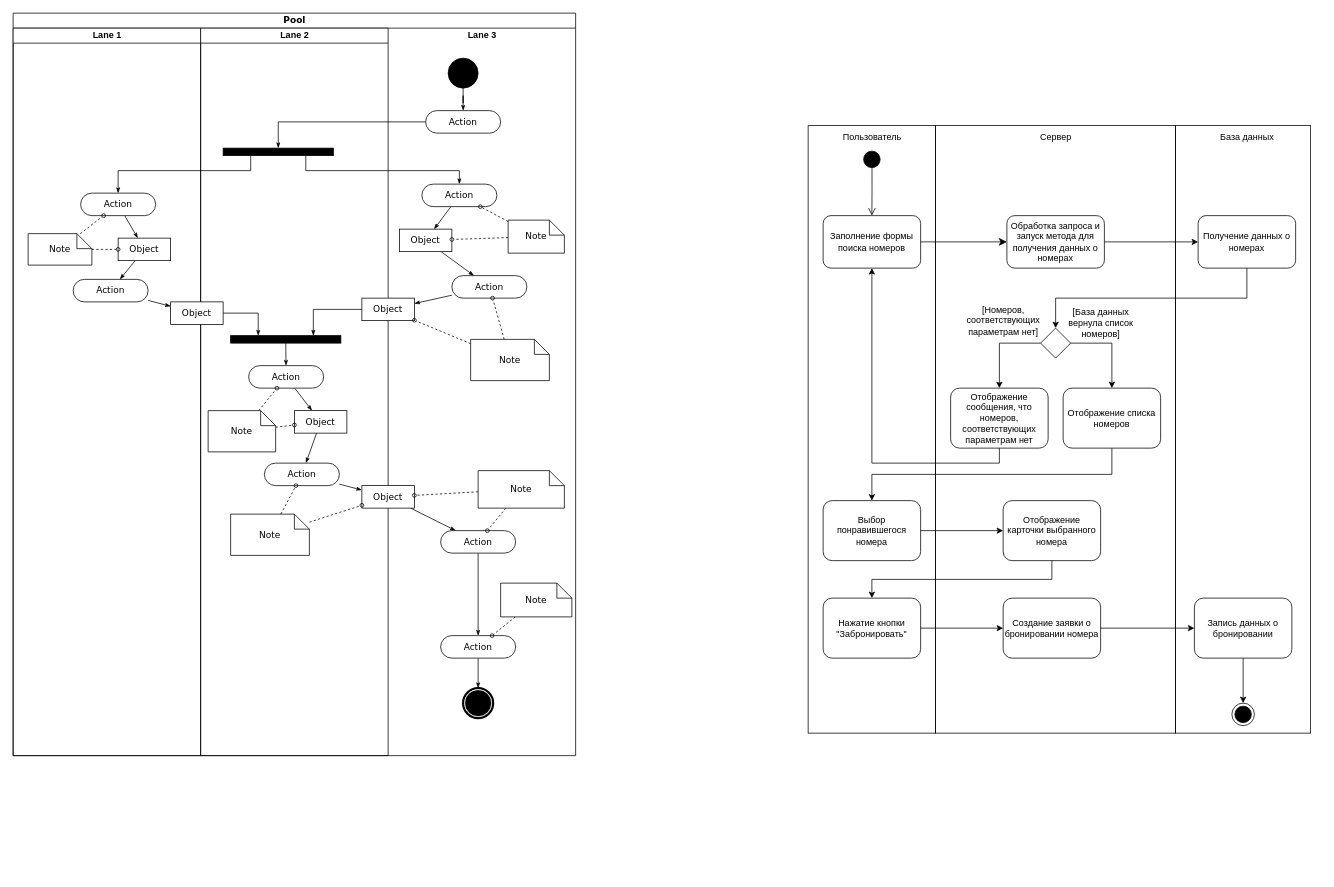
The draw.io diagram 3rd year/CourseWork/Диаграмма_деятельности.drawio in flown09/susu, before the edit. Source tidied: cells renumbered, new cells numbered last; positions are measured from the earlier drawing's top-left corner, leaving out a move shared by most shapes. Both pictures are drawn from the tidied source at 75%, with x=0, y=0 at pixel (13, 13).
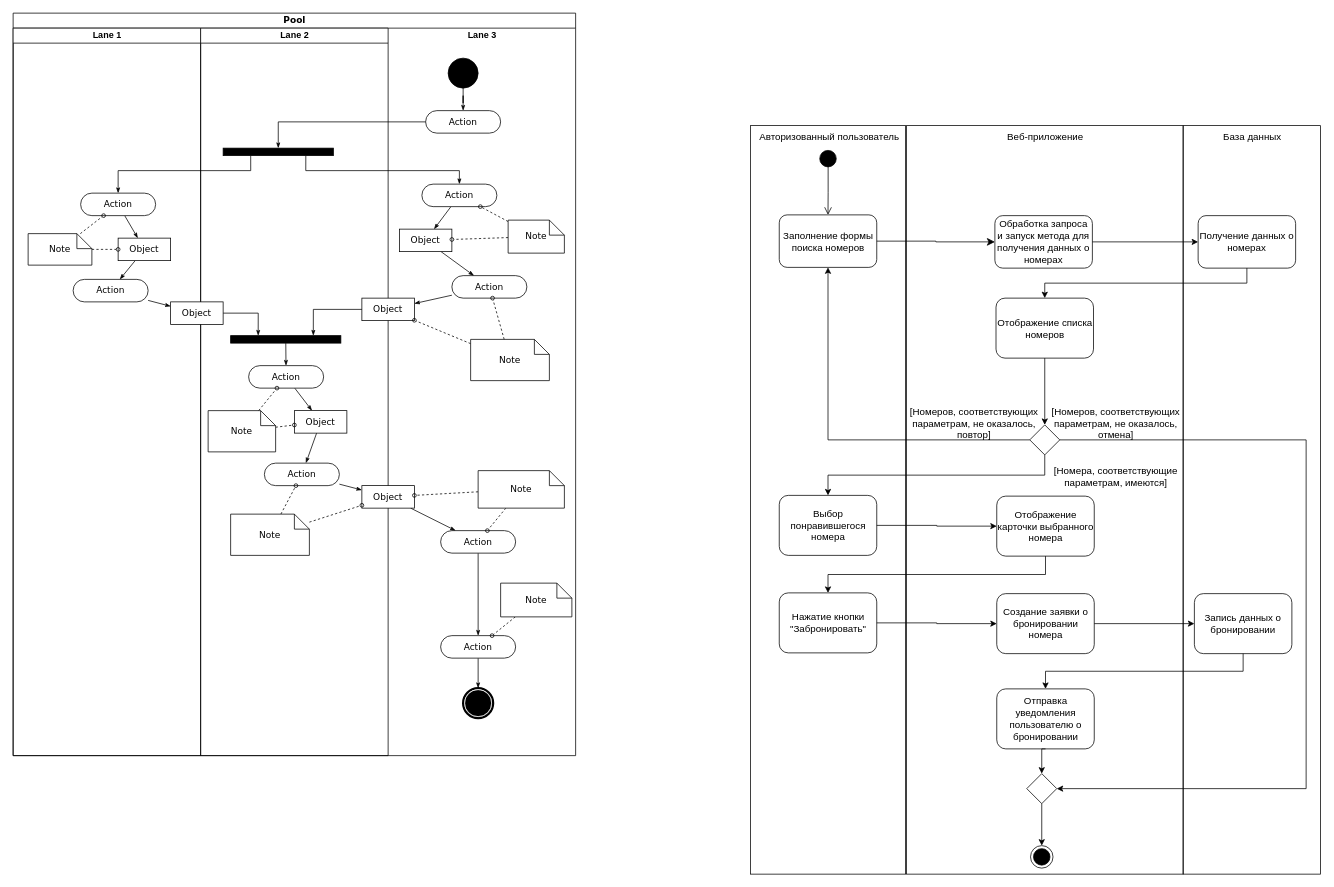
Above is the later version.

The edit, as a diff of the source:
```diff
@@
+    <mxCell id="4" style="rounded=0;whiteSpace=wrap;html=1;fillColor=none;" parent="1" vertex="1">
+      <mxGeometry x="1191" y="150" width="369" height="998" as="geometry" />
+    </mxCell>
     <mxCell id="2" style="rounded=0;whiteSpace=wrap;html=1;fillColor=none;" parent="1" vertex="1">
-      <mxGeometry x="1550" y="150" width="180" height="810" as="geometry" />
+      <mxGeometry x="1560" y="150" width="183" height="998" as="geometry" />
     </mxCell>
     <mxCell id="3" style="rounded=0;whiteSpace=wrap;html=1;fillColor=none;" parent="1" vertex="1">
-      <mxGeometry x="1060" y="150" width="170" height="810" as="geometry" />
+      <mxGeometry x="983" y="150" width="207" height="998" as="geometry" />
     </mxCell>
-    <mxCell id="4" style="rounded=0;whiteSpace=wrap;html=1;fillColor=none;" parent="1" vertex="1">
-      <mxGeometry x="1230" y="150" width="320" height="810" as="geometry" />
-    </mxCell>
@@
-    <mxCell id="68" value="Заполнение формы поиска номеров" style="rounded=1;whiteSpace=wrap;html=1;fillColor=none;" parent="1" vertex="1">
-      <mxGeometry x="1080" y="270" width="130" height="70" as="geometry" />
+    <mxCell id="68" value="Заполнение формы поиска номеров" style="rounded=1;whiteSpace=wrap;html=1;fillColor=none;fontSize=13;" parent="1" vertex="1">
+      <mxGeometry x="1021.5" y="269" width="130" height="70" as="geometry" />
     </mxCell>
@@
-    <mxCell id="70" value="Обработка запроса и запуск метода для получения данных о номерах" style="rounded=1;whiteSpace=wrap;html=1;fillColor=none;" parent="1" vertex="1">
-      <mxGeometry x="1325" y="270" width="130" height="70" as="geometry" />
+    <mxCell id="70" value="Обработка запроса и запуск метода для получения данных о номерах" style="rounded=1;whiteSpace=wrap;html=1;fillColor=none;fontSize=13;" parent="1" vertex="1">
+      <mxGeometry x="1309" y="270" width="130" height="70" as="geometry" />
     </mxCell>
-    <mxCell id="71" value="Пользователь" style="text;html=1;align=center;verticalAlign=middle;strokeColor=none;fillColor=none;" parent="1" vertex="1">
-      <mxGeometry x="1095" y="150" width="100" height="30" as="geometry" />
+    <mxCell id="71" value="Авторизованный пользователь" style="text;html=1;align=center;verticalAlign=middle;strokeColor=none;fillColor=none;fontSize=13;" parent="1" vertex="1">
+      <mxGeometry x="985" y="151" width="205" height="28" as="geometry" />
     </mxCell>
-    <mxCell id="72" value="Сервер" style="text;html=1;align=center;verticalAlign=middle;strokeColor=none;fillColor=none;" parent="1" vertex="1">
-      <mxGeometry x="1355" y="150" width="70" height="30" as="geometry" />
+    <mxCell id="72" value="Веб-приложение" style="text;html=1;align=center;verticalAlign=middle;strokeColor=none;fillColor=none;fontSize=13;" parent="1" vertex="1">
+      <mxGeometry x="1316.5" y="151" width="119" height="28" as="geometry" />
     </mxCell>
-    <mxCell id="73" style="edgeStyle=orthogonalEdgeStyle;rounded=0;jettySize=auto;html=1;exitX=0;exitY=0.5;exitDx=0;exitDy=0;entryX=0.5;entryY=0;entryDx=0;entryDy=0;" parent="1" edge="1" source="75" target="83">
-      <mxGeometry relative="1" as="geometry" />
-    </mxCell>
-    <mxCell id="74" style="edgeStyle=orthogonalEdgeStyle;rounded=0;jettySize=auto;html=1;exitX=1;exitY=0.5;exitDx=0;exitDy=0;entryX=0.5;entryY=0;entryDx=0;entryDy=0;" parent="1" edge="1" source="75" target="81">
-      <mxGeometry relative="1" as="geometry" />
-    </mxCell>
-    <mxCell id="75" style="rhombus;whiteSpace=wrap;html=1;fillColor=none;" parent="1" vertex="1">
-      <mxGeometry x="1370" y="420" width="40" height="40" as="geometry" />
-    </mxCell>
-    <mxCell id="76" value="[Номеров,&lt;div&gt;соответствующих&lt;/div&gt;&lt;div&gt;параметрам нет]&lt;/div&gt;" style="text;html=1;align=center;verticalAlign=middle;strokeColor=none;fillColor=none;" parent="1" vertex="1">
-      <mxGeometry x="1260" y="380" width="120" height="60" as="geometry" />
-    </mxCell>
-    <mxCell id="77" value="База данных" style="text;html=1;align=center;verticalAlign=middle;strokeColor=none;fillColor=none;" parent="1" vertex="1">
-      <mxGeometry x="1600" y="150" width="90" height="30" as="geometry" />
+    <mxCell id="77" value="База данных" style="text;html=1;align=center;verticalAlign=middle;strokeColor=none;fillColor=none;fontSize=13;" parent="1" vertex="1">
+      <mxGeometry x="1604.5" y="151" width="95" height="28" as="geometry" />
     </mxCell>
-    <mxCell id="78" style="edgeStyle=orthogonalEdgeStyle;rounded=0;jettySize=auto;html=1;exitX=0.5;exitY=1;exitDx=0;exitDy=0;entryX=0.5;entryY=0;entryDx=0;entryDy=0;" parent="1" edge="1" source="79" target="75">
-      <mxGeometry relative="1" as="geometry" />
-    </mxCell>
+    <mxCell id="98" style="edgeStyle=orthogonalEdgeStyle;rounded=0;jettySize=auto;html=1;exitX=0.5;exitY=1;exitDx=0;exitDy=0;entryX=0.5;entryY=0;entryDx=0;entryDy=0;" parent="1" edge="1" source="79" target="83">
+      <mxGeometry relative="1" as="geometry" />
+    </mxCell>
-    <mxCell id="79" value="Получение данных о номерах" style="rounded=1;whiteSpace=wrap;html=1;fillColor=none;" parent="1" vertex="1">
+    <mxCell id="79" value="Получение данных о номерах" style="rounded=1;whiteSpace=wrap;html=1;fillColor=none;fontSize=13;" parent="1" vertex="1">
       <mxGeometry x="1580" y="270" width="130" height="70" as="geometry" />
     </mxCell>
-    <mxCell id="80" style="edgeStyle=orthogonalEdgeStyle;rounded=0;jettySize=auto;html=1;exitX=0.5;exitY=1;exitDx=0;exitDy=0;entryX=0.5;entryY=0;entryDx=0;entryDy=0;" parent="1" edge="1" source="81" target="90">
-      <mxGeometry relative="1" as="geometry" />
-    </mxCell>
-    <mxCell id="81" value="Отображение списка номеров" style="rounded=1;whiteSpace=wrap;html=1;fillColor=none;" parent="1" vertex="1">
-      <mxGeometry x="1400" y="500" width="130" height="80" as="geometry" />
-    </mxCell>
-    <mxCell id="82" style="edgeStyle=orthogonalEdgeStyle;rounded=0;jettySize=auto;html=1;exitX=0.5;exitY=1;exitDx=0;exitDy=0;entryX=0.5;entryY=1;entryDx=0;entryDy=0;" parent="1" edge="1" source="83" target="68">
-      <mxGeometry relative="1" as="geometry" />
-    </mxCell>
+    <mxCell id="99" style="edgeStyle=orthogonalEdgeStyle;rounded=0;jettySize=auto;html=1;exitX=0.5;exitY=1;exitDx=0;exitDy=0;entryX=0.5;entryY=0;entryDx=0;entryDy=0;" parent="1" edge="1" source="83" target="104">
+      <mxGeometry relative="1" as="geometry" />
+    </mxCell>
-    <mxCell id="83" value="Отображение сообщения, что номеров, соответствующих параметрам нет" style="rounded=1;whiteSpace=wrap;html=1;fillColor=none;" parent="1" vertex="1">
-      <mxGeometry x="1250" y="500" width="130" height="80" as="geometry" />
+    <mxCell id="83" value="Отображение списка номеров" style="rounded=1;whiteSpace=wrap;html=1;fillColor=none;fontSize=13;" parent="1" vertex="1">
+      <mxGeometry x="1310.5" y="380" width="130" height="80" as="geometry" />
     </mxCell>
-    <mxCell id="84" value="[База данных&lt;div&gt;вернула список&lt;/div&gt;&lt;div&gt;номеров]&lt;/div&gt;" style="text;html=1;align=center;verticalAlign=middle;strokeColor=none;fillColor=none;" parent="1" vertex="1">
-      <mxGeometry x="1395" y="383" width="110" height="60" as="geometry" />
-    </mxCell>
-    <mxCell id="85" style="edgeStyle=orthogonalEdgeStyle;rounded=0;jettySize=auto;html=1;exitX=0.5;exitY=1;exitDx=0;exitDy=0;entryX=0.5;entryY=0;entryDx=0;entryDy=0;" parent="1" edge="1" source="97" target="86">
-      <mxGeometry relative="1" as="geometry" />
-    </mxCell>
     <mxCell id="86" style="ellipse;html=1;shape=endState;fillColor=#000000;strokeColor=#000000;" parent="1" vertex="1">
-      <mxGeometry x="1625" y="920" width="30" height="30" as="geometry" />
+      <mxGeometry x="1356.5" y="1110" width="30" height="30" as="geometry" />
     </mxCell>
     <mxCell id="87" style="ellipse;html=1;shape=startState;fillColor=#000000;strokeColor=#000000;" parent="1" vertex="1">
-      <mxGeometry x="1130" y="180" width="30" height="30" as="geometry" />
+      <mxGeometry x="1071.5" y="179" width="30" height="30" as="geometry" />
     </mxCell>
     <mxCell id="88" style="edgeStyle=orthogonalEdgeStyle;html=1;verticalAlign=bottom;endArrow=open;endSize=8;strokeColor=#000000;rounded=0;exitX=0.506;exitY=0.806;exitDx=0;exitDy=0;exitPerimeter=0;" parent="1" edge="1" source="87">
       <mxGeometry relative="1" as="geometry">
-        <mxPoint x="1145" y="270" as="targetPoint" />
+        <mxPoint x="1086.5" y="269" as="targetPoint" />
       </mxGeometry>
     </mxCell>
@@
-    <mxCell id="90" value="Выбор понравившегося номера" style="rounded=1;whiteSpace=wrap;html=1;fillColor=none;" parent="1" vertex="1">
-      <mxGeometry x="1080" y="650" width="130" height="80" as="geometry" />
+    <mxCell id="90" value="Выбор понравившегося номера" style="rounded=1;whiteSpace=wrap;html=1;fillColor=none;fontSize=13;" parent="1" vertex="1">
+      <mxGeometry x="1021.5" y="643" width="130" height="80" as="geometry" />
     </mxCell>
@@
-    <mxCell id="92" value="Отображение карточки выбранного номера" style="rounded=1;whiteSpace=wrap;html=1;fillColor=none;" parent="1" vertex="1">
-      <mxGeometry x="1320" y="650" width="130" height="80" as="geometry" />
+    <mxCell id="92" value="Отображение карточки выбранного номера" style="rounded=1;whiteSpace=wrap;html=1;fillColor=none;fontSize=13;" parent="1" vertex="1">
+      <mxGeometry x="1311.5" y="644" width="130" height="80" as="geometry" />
     </mxCell>
@@
-    <mxCell id="94" value="Нажатие кнопки &quot;Забронировать&quot;" style="rounded=1;whiteSpace=wrap;html=1;fillColor=none;" parent="1" vertex="1">
-      <mxGeometry x="1080" y="780" width="130" height="80" as="geometry" />
+    <mxCell id="94" value="Нажатие кнопки &quot;Забронировать&quot;" style="rounded=1;whiteSpace=wrap;html=1;fillColor=none;fontSize=13;" parent="1" vertex="1">
+      <mxGeometry x="1021.5" y="773" width="130" height="80" as="geometry" />
     </mxCell>
@@
-    <mxCell id="96" value="Создание заявки о бронировании номера" style="rounded=1;whiteSpace=wrap;html=1;fillColor=none;" parent="1" vertex="1">
-      <mxGeometry x="1320" y="780" width="130" height="80" as="geometry" />
+    <mxCell id="96" value="Создание заявки о бронировании номера" style="rounded=1;whiteSpace=wrap;html=1;fillColor=none;fontSize=13;" parent="1" vertex="1">
+      <mxGeometry x="1311.5" y="774" width="130" height="80" as="geometry" />
     </mxCell>
+    <mxCell id="100" style="edgeStyle=orthogonalEdgeStyle;rounded=0;jettySize=auto;html=1;exitX=0.5;exitY=1;exitDx=0;exitDy=0;entryX=0.5;entryY=0;entryDx=0;entryDy=0;" parent="1" edge="1" source="97" target="111">
+      <mxGeometry relative="1" as="geometry" />
+    </mxCell>
-    <mxCell id="97" value="Запись данных о бронировании" style="rounded=1;whiteSpace=wrap;html=1;fillColor=none;" parent="1" vertex="1">
-      <mxGeometry x="1575" y="780" width="130" height="80" as="geometry" />
+    <mxCell id="97" value="Запись данных о бронировании" style="rounded=1;whiteSpace=wrap;html=1;fillColor=none;fontSize=13;" parent="1" vertex="1">
+      <mxGeometry x="1575" y="774" width="130" height="80" as="geometry" />
     </mxCell>
+    <mxCell id="101" style="edgeStyle=orthogonalEdgeStyle;rounded=0;jettySize=auto;html=1;exitX=0;exitY=0.5;exitDx=0;exitDy=0;entryX=0.5;entryY=1;entryDx=0;entryDy=0;" parent="1" edge="1" source="104" target="68">
+      <mxGeometry relative="1" as="geometry" />
+    </mxCell>
+    <mxCell id="102" style="edgeStyle=orthogonalEdgeStyle;rounded=0;jettySize=auto;html=1;exitX=0.5;exitY=1;exitDx=0;exitDy=0;entryX=0.5;entryY=0;entryDx=0;entryDy=0;" parent="1" edge="1" source="104" target="90">
+      <mxGeometry relative="1" as="geometry" />
+    </mxCell>
+    <mxCell id="103" style="edgeStyle=orthogonalEdgeStyle;rounded=0;jettySize=auto;html=1;exitX=1;exitY=0.5;exitDx=0;exitDy=0;entryX=1;entryY=0.5;entryDx=0;entryDy=0;" parent="1" edge="1" source="104" target="106">
+      <mxGeometry relative="1" as="geometry">
+        <Array as="points">
+          <mxPoint x="1724" y="569" />
+          <mxPoint x="1724" y="1034" />
+        </Array>
+      </mxGeometry>
+    </mxCell>
+    <mxCell id="104" style="rhombus;whiteSpace=wrap;html=1;fillColor=none;" parent="1" vertex="1">
+      <mxGeometry x="1355.5" y="549" width="40" height="40" as="geometry" />
+    </mxCell>
+    <mxCell id="105" style="edgeStyle=orthogonalEdgeStyle;rounded=0;jettySize=auto;html=1;exitX=0.5;exitY=1;exitDx=0;exitDy=0;entryX=0.5;entryY=0;entryDx=0;entryDy=0;" parent="1" edge="1" source="106" target="86">
+      <mxGeometry relative="1" as="geometry" />
+    </mxCell>
+    <mxCell id="106" style="rhombus;whiteSpace=wrap;html=1;fillColor=none;" parent="1" vertex="1">
+      <mxGeometry x="1351.5" y="1014" width="40" height="40" as="geometry" />
+    </mxCell>
+    <mxCell id="107" value="[Номеров, соответствующих&lt;div&gt;параметрам, не оказалось,&lt;/div&gt;&lt;div&gt;&lt;span style=&quot;background-color: transparent; color: light-dark(rgb(0, 0, 0), rgb(255, 255, 255));&quot;&gt;повтор]&lt;/span&gt;&lt;/div&gt;" style="text;html=1;align=center;verticalAlign=middle;strokeColor=none;fillColor=none;fontSize=13;" parent="1" vertex="1">
+      <mxGeometry x="1186.5" y="517" width="189" height="59" as="geometry" />
+    </mxCell>
+    <mxCell id="108" value="[Номеров, соответствующих&lt;div&gt;параметрам, не оказалось,&lt;/div&gt;&lt;div&gt;&lt;span style=&quot;background-color: transparent; color: light-dark(rgb(0, 0, 0), rgb(255, 255, 255));&quot;&gt;отмена]&lt;/span&gt;&lt;/div&gt;" style="text;html=1;align=center;verticalAlign=middle;strokeColor=none;fillColor=none;fontSize=13;" parent="1" vertex="1">
+      <mxGeometry x="1375.5" y="517" width="189" height="59" as="geometry" />
+    </mxCell>
+    <mxCell id="109" value="[Номера, соответствующие&lt;div&gt;параметрам, имеются&lt;span style=&quot;background-color: transparent; color: light-dark(rgb(0, 0, 0), rgb(255, 255, 255));&quot;&gt;]&lt;/span&gt;&lt;/div&gt;" style="text;html=1;align=center;verticalAlign=middle;strokeColor=none;fillColor=none;fontSize=13;" parent="1" vertex="1">
+      <mxGeometry x="1378.5" y="596" width="183" height="43" as="geometry" />
+    </mxCell>
+    <mxCell id="110" style="edgeStyle=orthogonalEdgeStyle;rounded=0;jettySize=auto;html=1;exitX=0.5;exitY=1;exitDx=0;exitDy=0;entryX=0.5;entryY=0;entryDx=0;entryDy=0;" parent="1" edge="1" source="111" target="106">
+      <mxGeometry relative="1" as="geometry" />
+    </mxCell>
+    <mxCell id="111" value="Отправка уведомления пользователю о бронировании" style="rounded=1;whiteSpace=wrap;html=1;fillColor=none;fontSize=13;" parent="1" vertex="1">
+      <mxGeometry x="1311.5" y="901" width="130" height="80" as="geometry" />
+    </mxCell>
```
